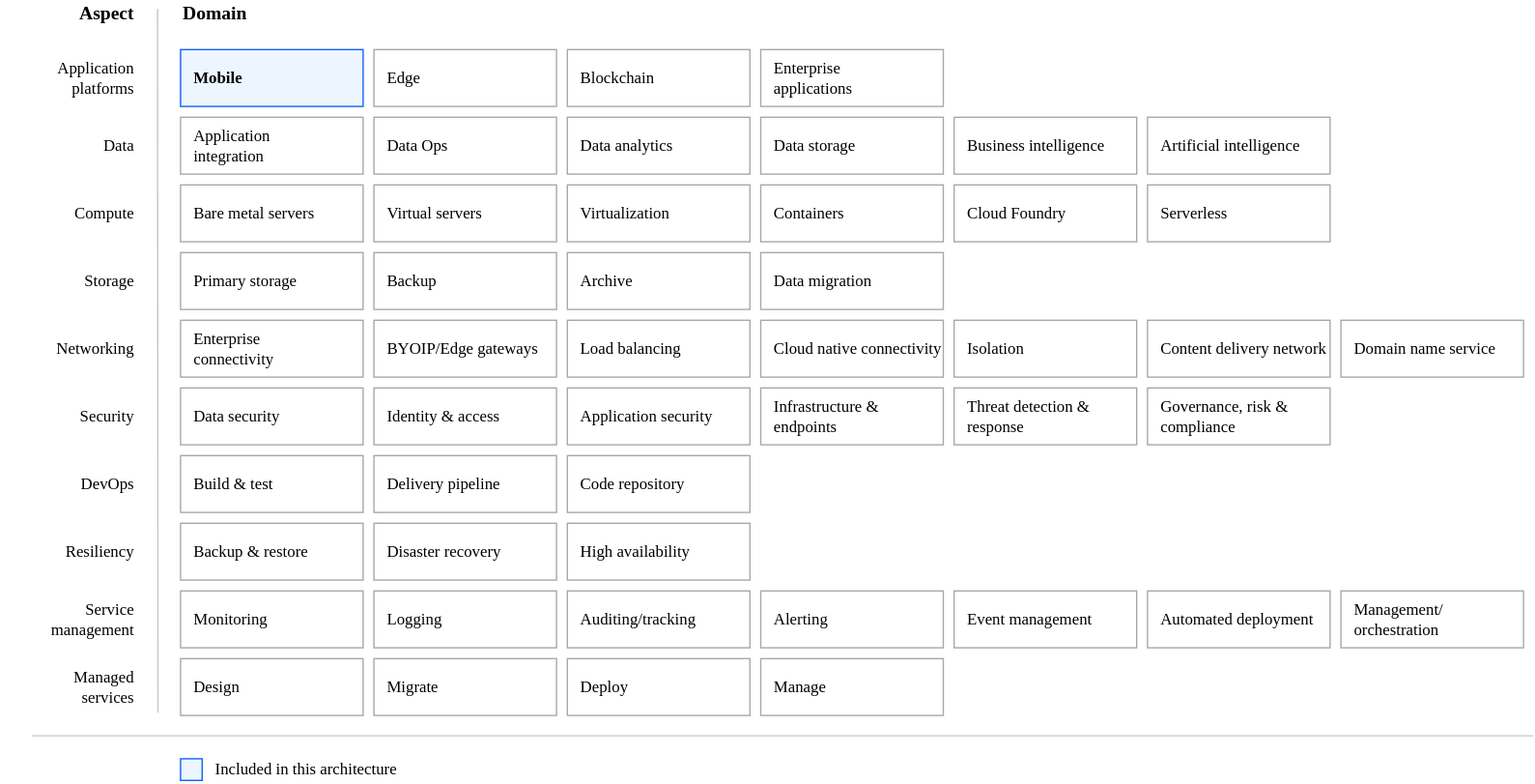
Above: images/heatmap.svg in ibm-cloud-docs/architecture-framework (draw.io), before the change. Source tidied: cells renumbered, new cells last; positions are measured from the earlier drawing's top-left corner, leaving out a move shared by most shapes.
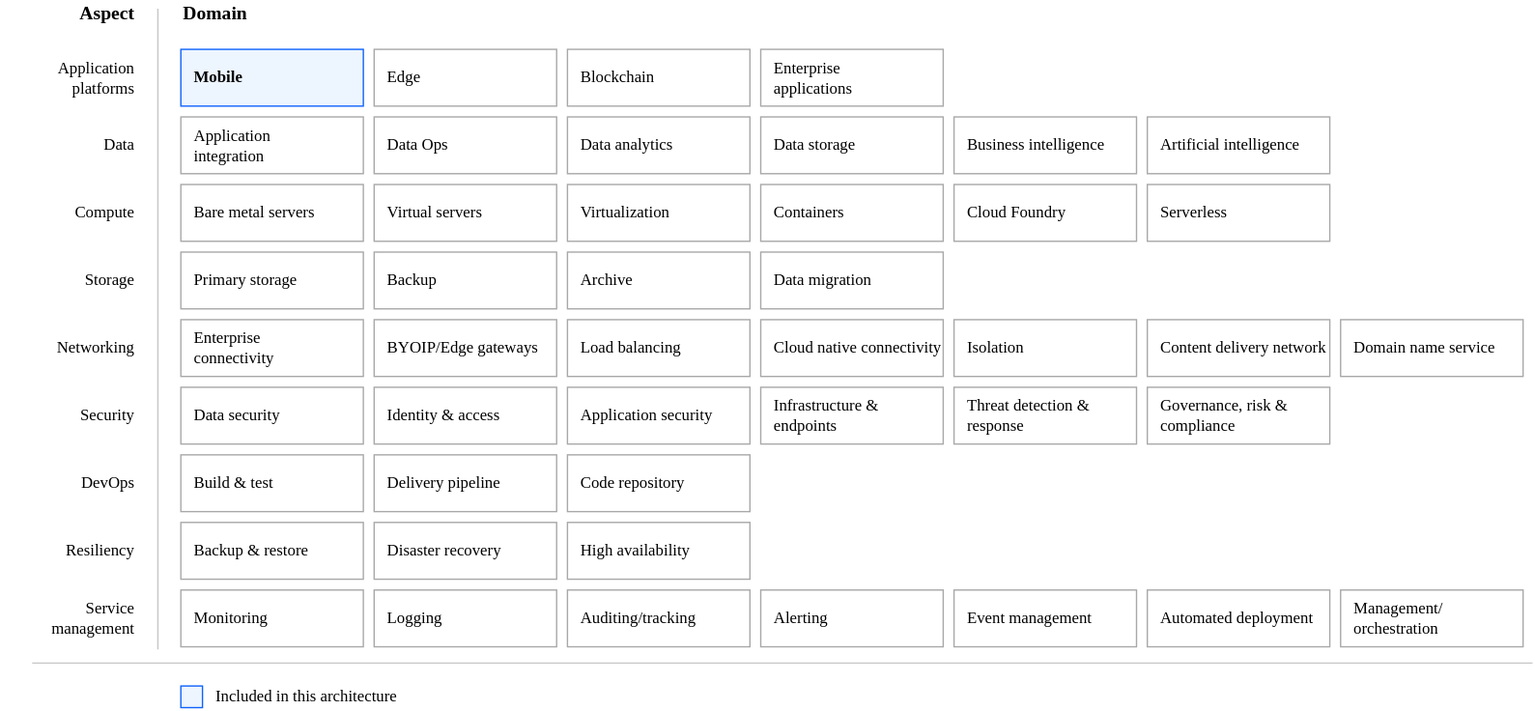
Above is the later version.

Change to the diagram source:
```diff
@@ -29,9 +29,6 @@
     <mxCell id="10" value="Monitoring" style="rounded=0;whiteSpace=wrap;html=1;strokeColor=#A8A8A8;align=left;spacingLeft=8;fontFamily=IBM Plex Sans;" parent="1" vertex="1">
       <mxGeometry x="133" y="436" width="135" height="42" as="geometry" />
     </mxCell>
-    <mxCell id="11" value="Design" style="rounded=0;whiteSpace=wrap;html=1;strokeColor=#A8A8A8;align=left;spacingLeft=8;fontFamily=IBM Plex Sans;" parent="1" vertex="1">
-      <mxGeometry x="133" y="486" width="135" height="42" as="geometry" />
-    </mxCell>
     <mxCell id="12" value="Edge" style="rounded=0;whiteSpace=wrap;html=1;strokeColor=#A8A8A8;align=left;spacingLeft=8;fontFamily=IBM Plex Sans;fillColor=default;fontStyle=0;" parent="1" vertex="1">
       <mxGeometry x="276" y="36" width="135" height="42" as="geometry" />
     </mxCell>
@@ -140,18 +137,9 @@
     <mxCell id="47" value="Management/&lt;br&gt;orchestration" style="rounded=0;whiteSpace=wrap;html=1;strokeColor=#A8A8A8;align=left;spacingLeft=8;fontFamily=IBM Plex Sans;fillColor=default;fontStyle=0;" parent="1" vertex="1">
       <mxGeometry x="991" y="436" width="135" height="42" as="geometry" />
     </mxCell>
-    <mxCell id="48" value="Migrate" style="rounded=0;whiteSpace=wrap;html=1;strokeColor=#A8A8A8;align=left;spacingLeft=8;fontFamily=IBM Plex Sans;fillColor=default;fontStyle=0;" parent="1" vertex="1">
-      <mxGeometry x="276" y="486" width="135" height="42" as="geometry" />
-    </mxCell>
-    <mxCell id="49" value="Deploy" style="rounded=0;whiteSpace=wrap;html=1;strokeColor=#A8A8A8;align=left;spacingLeft=8;fontFamily=IBM Plex Sans;fillColor=default;fontStyle=0;" parent="1" vertex="1">
-      <mxGeometry x="419" y="486" width="135" height="42" as="geometry" />
-    </mxCell>
-    <mxCell id="50" value="Manage" style="rounded=0;whiteSpace=wrap;html=1;strokeColor=#A8A8A8;align=left;spacingLeft=8;fontFamily=IBM Plex Sans;fillColor=default;fontStyle=0;" parent="1" vertex="1">
-      <mxGeometry x="562" y="486" width="135" height="42" as="geometry" />
-    </mxCell>
     <mxCell id="51" style="endArrow=none;html=1;rounded=0;fontFamily=IBM Plex Sans;fontSize=12;fontColor=default;strokeColor=#C6C6C6;" parent="1" edge="1">
       <mxGeometry relative="1" as="geometry">
-        <mxPoint x="116.3" y="526" as="sourcePoint" />
+        <mxPoint x="116" y="480" as="sourcePoint" />
         <mxPoint x="116" y="6" as="targetPoint" />
       </mxGeometry>
     </mxCell>
@@ -188,20 +176,17 @@
     <mxCell id="62" value="Service&lt;br&gt;management" style="text;strokeColor=none;fillColor=none;html=1;fontSize=12;fontStyle=0;verticalAlign=middle;align=right;rounded=0;fontFamily=IBM Plex Sans;fontColor=default;" parent="1" vertex="1">
       <mxGeometry y="447" width="100" height="20" as="geometry" />
     </mxCell>
-    <mxCell id="63" value="Managed &lt;br&gt;services" style="text;strokeColor=none;fillColor=none;html=1;fontSize=12;fontStyle=0;verticalAlign=middle;align=right;rounded=0;fontFamily=IBM Plex Sans;fontColor=default;" parent="1" vertex="1">
-      <mxGeometry y="497" width="100" height="20" as="geometry" />
-    </mxCell>
     <mxCell id="64" style="endArrow=none;html=1;rounded=0;fontFamily=IBM Plex Sans;fontSize=12;fontColor=default;strokeColor=#C6C6C6;" parent="1" edge="1">
       <mxGeometry relative="1" as="geometry">
-        <mxPoint x="23" y="543" as="sourcePoint" />
-        <mxPoint x="1133" y="543" as="targetPoint" />
+        <mxPoint x="23" y="490" as="sourcePoint" />
+        <mxPoint x="1133" y="490" as="targetPoint" />
       </mxGeometry>
     </mxCell>
     <mxCell id="65" style="rounded=0;whiteSpace=wrap;html=1;strokeColor=#0E62FD;align=left;spacingLeft=8;fontFamily=IBM Plex Sans;fontStyle=1;fillColor=#EDF5FF;" parent="1" vertex="1">
-      <mxGeometry x="133" y="560" width="16" height="16" as="geometry" />
+      <mxGeometry x="133" y="507" width="16" height="16" as="geometry" />
     </mxCell>
     <mxCell id="66" value="Included in this architecture" style="text;strokeColor=none;fillColor=none;html=1;fontSize=12;fontStyle=0;verticalAlign=middle;align=left;rounded=0;fontFamily=IBM Plex Sans;fontColor=default;" parent="1" vertex="1">
-      <mxGeometry x="157" y="558" width="100" height="20" as="geometry" />
+      <mxGeometry x="157" y="505" width="100" height="20" as="geometry" />
     </mxCell>
     <mxCell id="67" value="Artificial intelligence" style="rounded=0;whiteSpace=wrap;html=1;strokeColor=#A8A8A8;align=left;spacingLeft=8;fontFamily=IBM Plex Sans;fillColor=default;fontStyle=0;" parent="1" vertex="1">
       <mxGeometry x="848" y="86" width="135" height="42" as="geometry" />
```
